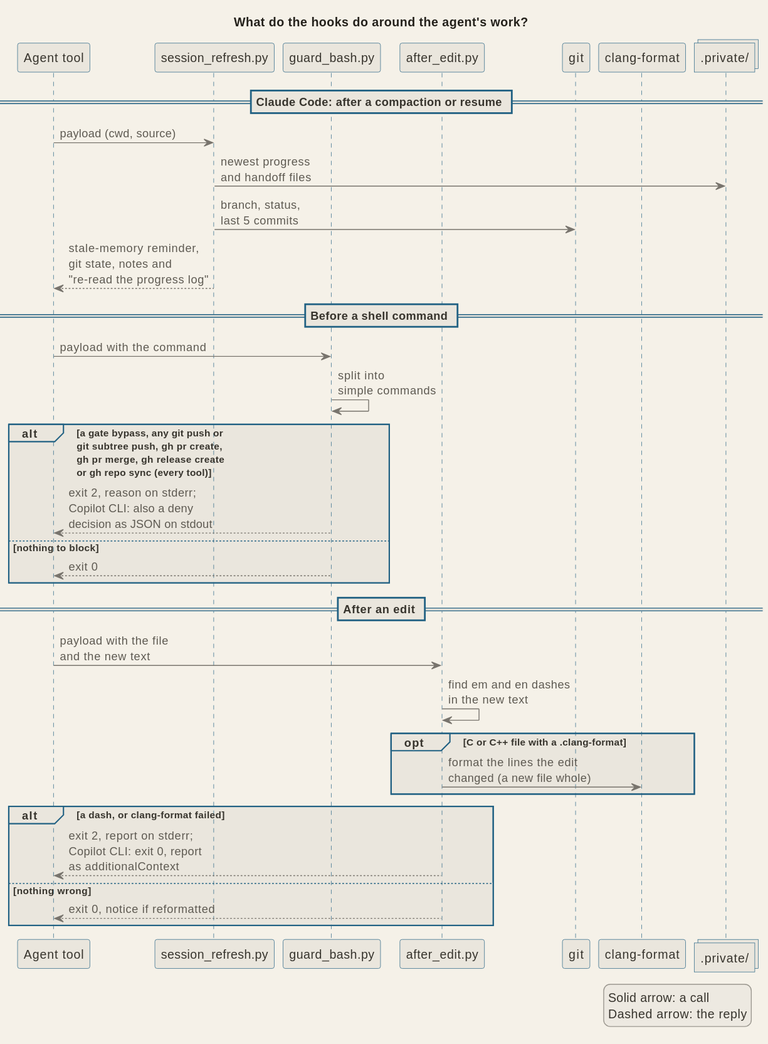
Earlier version of the PlantUML export docs/diagrams/arch_hooks.svg (signorenne/dotagents).
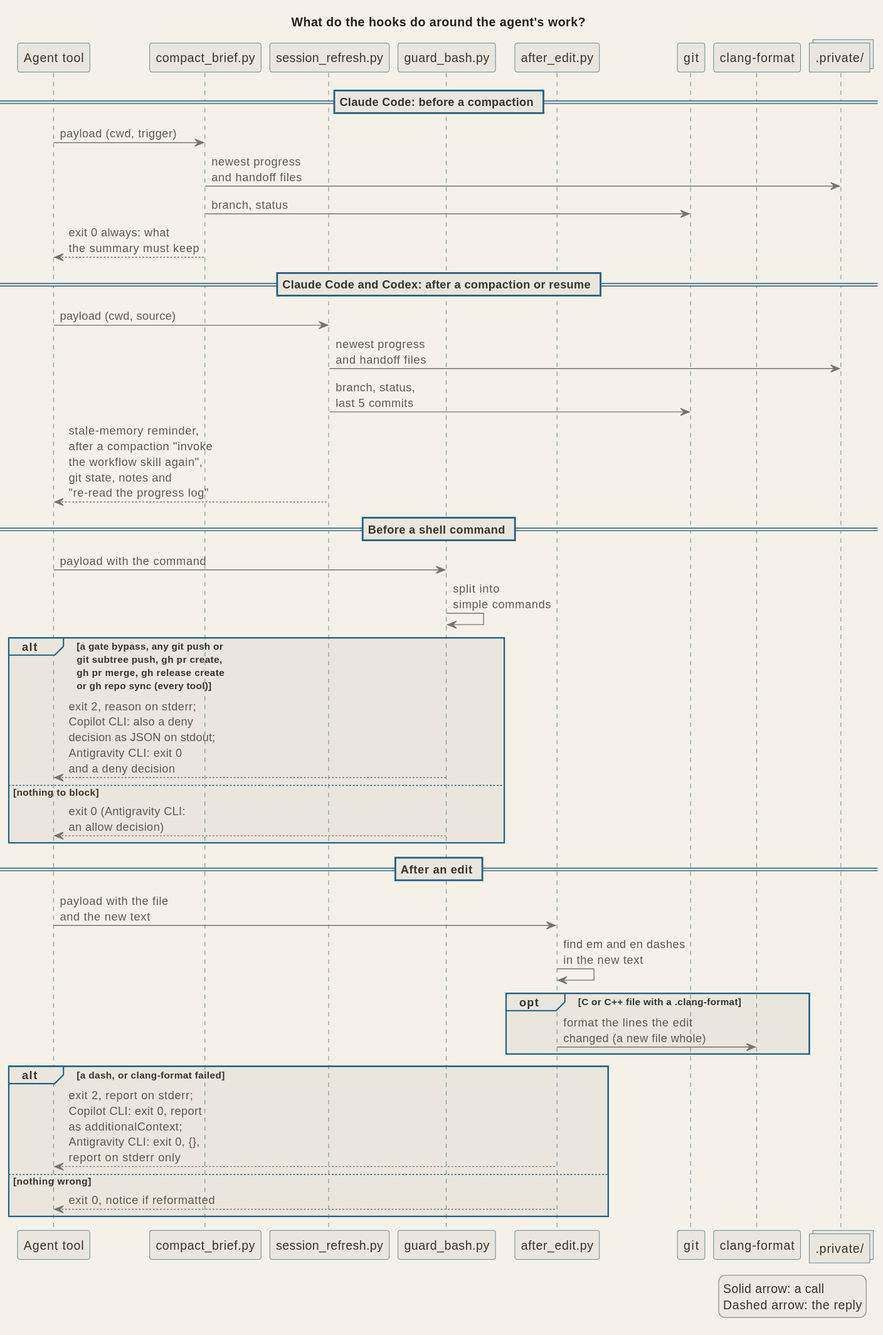
Above is the later version.

Commit message:
docs(architecture): redraw the install and hooks diagrams for the new hooks and adapters

What changed in the source:
```diff
@@ -3,6 +3,7 @@
 title What do the hooks do around the agent's work?
 
 participant "Agent tool" as tool
+participant "compact_brief.py" as brief
 participant "session_refresh.py" as refresh
 participant "guard_bash.py" as guard
 participant "after_edit.py" as edit
@@ -10,19 +11,25 @@
 participant "clang-format" as format
 collections ".private/" as notes
 
-== Claude Code: after a compaction or resume ==
+== Claude Code: before a compaction ==
+tool -> brief : payload (cwd, trigger)
+brief -> notes : newest progress\nand handoff files
+brief -> git : branch, status
+brief --> tool : exit 0 always: what\nthe summary must keep
+
+== Claude Code and Codex: after a compaction or resume ==
 tool -> refresh : payload (cwd, source)
 refresh -> notes : newest progress\nand handoff files
 refresh -> git : branch, status,\nlast 5 commits
-refresh --> tool : stale-memory reminder,\ngit state, notes and\n"re-read the progress log"
+refresh --> tool : stale-memory reminder,\nafter a compaction "invoke\nthe workflow skill again",\ngit state, notes and\n"re-read the progress log"
 
 == Before a shell command ==
 tool -> guard : payload with the command
 guard -> guard : split into\nsimple commands
 alt a gate bypass, any git push or\ngit subtree push, gh pr create,\ngh pr merge, gh release create\nor gh repo sync (every tool)
-  guard --> tool : exit 2, reason on stderr;\nCopilot CLI: also a deny\ndecision as JSON on stdout
+  guard --> tool : exit 2, reason on stderr;\nCopilot CLI: also a deny\ndecision as JSON on stdout;\nAntigravity CLI: exit 0\nand a deny decision
 else nothing to block
-  guard --> tool : exit 0
+  guard --> tool : exit 0 (Antigravity CLI:\nan allow decision)
 end
 
 == After an edit ==
@@ -32,7 +39,7 @@
   edit -> format : format the lines the edit\nchanged (a new file whole)
 end
 alt a dash, or clang-format failed
-  edit --> tool : exit 2, report on stderr;\nCopilot CLI: exit 0, report\nas additionalContext
+  edit --> tool : exit 2, report on stderr;\nCopilot CLI: exit 0, report\nas additionalContext;\nAntigravity CLI: exit 0, {},\nreport on stderr only
 else nothing wrong
   edit --> tool : exit 0, notice if reformatted
 end
```
